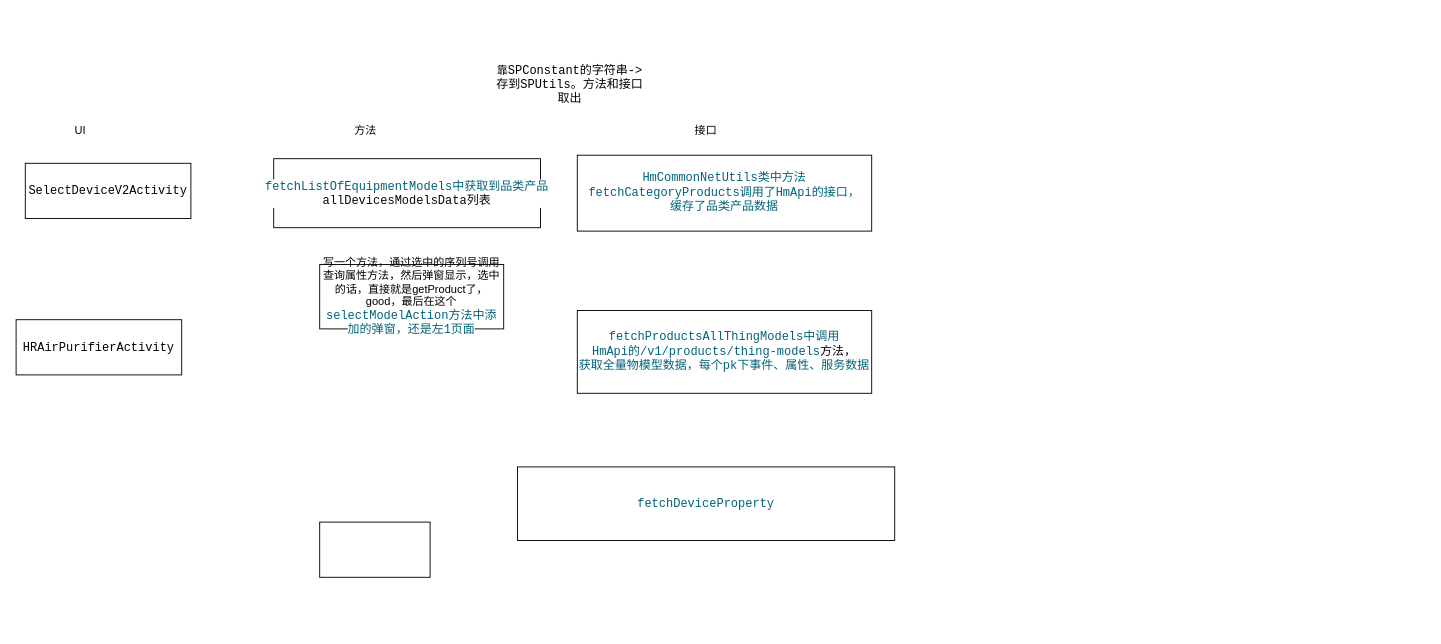
Earlier version of the draw.io diagram company_dialog.drawio (hhhhh15/drawio). Source tidied: cells renumbered, new cells numbered last; positions are measured from the earlier drawing's top-left corner, leaving out a move shared by most shapes. Both pictures are drawn from the tidied source at 92%, with x=0, y=0 at pixel (16, 62).
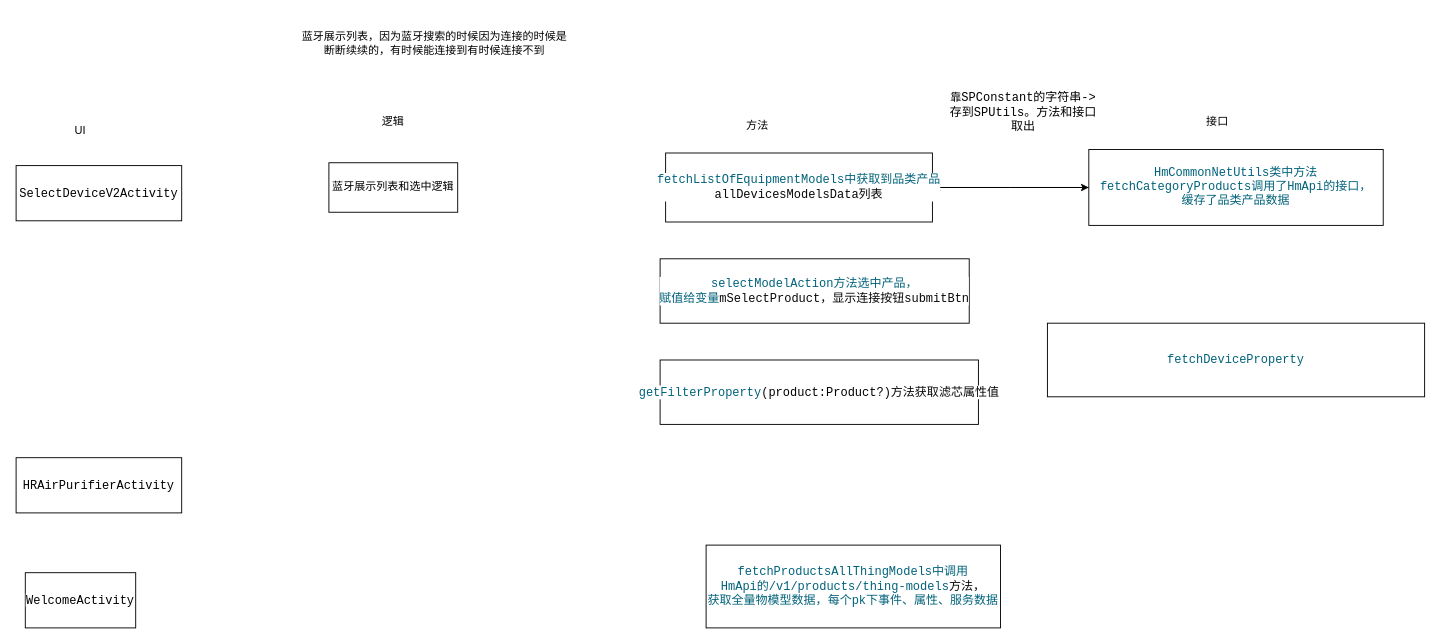
Above is the later version.

Diff of the diagram source:
```diff
@@
 <mxGraphModel>
   <root>
     <mxCell id="0" />
     <mxCell id="1" parent="0" />
     <mxCell id="2" value="&lt;div style=&quot;background-color:#ffffff;color:#080808&quot;&gt;&lt;pre style=&quot;font-family:'JetBrains Mono',monospace;font-size:9.8pt;&quot;&gt;&lt;span style=&quot;color:#000000;&quot;&gt;SelectDeviceV2Activity&lt;/span&gt;&lt;/pre&gt;&lt;/div&gt;" style="whiteSpace=wrap;html=1;" parent="1" vertex="1">
-      <mxGeometry x="10" y="110" width="180" height="60" as="geometry" />
+      <mxGeometry y="112.5" width="180" height="60" as="geometry" />
     </mxCell>
     <mxCell id="3" value="UI" style="text;html=1;whiteSpace=wrap;strokeColor=none;fillColor=none;align=center;verticalAlign=middle;rounded=0;" parent="1" vertex="1">
       <mxGeometry x="40" y="60" width="60" height="30" as="geometry" />
     </mxCell>
     <mxCell id="4" value="接口" style="text;html=1;whiteSpace=wrap;strokeColor=none;fillColor=none;align=center;verticalAlign=middle;rounded=0;" parent="1" vertex="1">
-      <mxGeometry x="720" y="60" width="60" height="30" as="geometry" />
+      <mxGeometry x="1276" y="50" width="60" height="30" as="geometry" />
     </mxCell>
+    <mxCell id="14" style="edgeStyle=orthogonalEdgeStyle;rounded=0;jettySize=auto;html=1;entryX=1;entryY=0.5;entryDx=0;entryDy=0;" parent="1" edge="1" source="5" target="6">
+      <mxGeometry relative="1" as="geometry" />
+    </mxCell>
     <mxCell id="5" value="&lt;div style=&quot;background-color: rgb(255, 255, 255); color: rgb(8, 8, 8);&quot;&gt;&lt;pre style=&quot;font-family:'JetBrains Mono',monospace;font-size:9.8pt;&quot;&gt;&lt;span style=&quot;color: rgb(0, 98, 122);&quot;&gt;HmCommonNetUtils类中方法&lt;br&gt;fetchCategoryProducts调用了HmApi的接口，&lt;br&gt;缓存了品类产品数据&lt;/span&gt;&lt;/pre&gt;&lt;/div&gt;" style="whiteSpace=wrap;html=1;" parent="1" vertex="1">
-      <mxGeometry x="610" y="101.2" width="320" height="82.5" as="geometry" />
+      <mxGeometry x="1166" y="95" width="320" height="82.5" as="geometry" />
     </mxCell>
+    <mxCell id="15" style="edgeStyle=orthogonalEdgeStyle;rounded=0;jettySize=auto;html=1;" parent="1" edge="1" source="6" target="5">
+      <mxGeometry relative="1" as="geometry" />
+    </mxCell>
     <mxCell id="6" value="&lt;div style=&quot;background-color: rgb(255, 255, 255); color: rgb(8, 8, 8);&quot;&gt;&lt;pre style=&quot;font-family:'JetBrains Mono',monospace;font-size:9.8pt;&quot;&gt;&lt;span style=&quot;color: rgb(0, 98, 122);&quot;&gt;fetchListOfEquipmentModels中获取到品类产品&lt;br&gt;&lt;/span&gt;allDevicesModelsData列表&lt;/pre&gt;&lt;/div&gt;" style="whiteSpace=wrap;html=1;" parent="1" vertex="1">
-      <mxGeometry x="280" y="105" width="290" height="75" as="geometry" />
+      <mxGeometry x="706" y="98.8" width="290" height="75" as="geometry" />
     </mxCell>
     <mxCell id="7" value="方法" style="text;html=1;whiteSpace=wrap;strokeColor=none;fillColor=none;align=center;verticalAlign=middle;rounded=0;" parent="1" vertex="1">
-      <mxGeometry x="350" y="60" width="60" height="30" as="geometry" />
+      <mxGeometry x="776" y="53.8" width="60" height="30" as="geometry" />
     </mxCell>
     <mxCell id="8" value="&lt;div style=&quot;background-color:#ffffff;color:#080808&quot;&gt;&lt;pre style=&quot;font-family:'JetBrains Mono',monospace;font-size:9.8pt;&quot;&gt;&lt;span style=&quot;color:#000000;&quot;&gt;HRAirPurifierActivity&lt;/span&gt;&lt;/pre&gt;&lt;/div&gt;" style="whiteSpace=wrap;html=1;" parent="1" vertex="1">
-      <mxGeometry y="280" width="180" height="60" as="geometry" />
+      <mxGeometry y="430" width="180" height="60" as="geometry" />
     </mxCell>
     <mxCell id="9" value="&lt;div style=&quot;background-color: rgb(255, 255, 255);&quot;&gt;&lt;pre style=&quot;&quot;&gt;&lt;font color=&quot;#00627a&quot; face=&quot;JetBrains Mono, monospace&quot;&gt;&lt;span style=&quot;font-size: 13.0667px;&quot;&gt;fetchProductsAllThingMode&lt;/span&gt;&lt;/font&gt;&lt;span style=&quot;color: rgb(0, 98, 122); font-family: &amp;quot;JetBrains Mono&amp;quot;, monospace; font-size: 9.8pt;&quot;&gt;ls中调用&lt;br&gt;HmApi的/v1/products/thing-models&lt;/span&gt;&lt;font color=&quot;#080808&quot; face=&quot;JetBrains Mono, monospace&quot;&gt;&lt;span style=&quot;font-size: 9.8pt;&quot;&gt;方法，&lt;/span&gt;&lt;/font&gt;&lt;span style=&quot;color: rgb(0, 98, 122); font-family: &amp;quot;JetBrains Mono&amp;quot;, monospace; font-size: 9.8pt;&quot;&gt;&lt;br&gt;获取全量物模型数据，每个pk下事件、属性、服务数据&lt;/span&gt;&lt;/pre&gt;&lt;/div&gt;" style="whiteSpace=wrap;html=1;" parent="1" vertex="1">
-      <mxGeometry x="610" y="270" width="320" height="90" as="geometry" />
+      <mxGeometry x="750" y="525" width="320" height="90" as="geometry" />
     </mxCell>
     <mxCell id="10" value="靠&lt;span style=&quot;font-family: &amp;quot;JetBrains Mono&amp;quot;, monospace; font-size: 9.8pt; background-color: rgb(255, 255, 255);&quot;&gt;SPConstant的字符串-&amp;gt;存到&lt;span style=&quot;font-size: 9.8pt; background-color: light-dark(rgb(255, 255, 255), rgb(18, 18, 18));&quot;&gt;SPUtils&lt;/span&gt;&lt;span style=&quot;background-color: light-dark(rgb(255, 255, 255), rgb(18, 18, 18)); font-size: 9.8pt; color: light-dark(rgb(0, 0, 0), rgb(255, 255, 255));&quot;&gt;。方法和接口取出&lt;/span&gt;&lt;br&gt;&lt;/span&gt;" style="text;html=1;whiteSpace=wrap;strokeColor=none;fillColor=none;align=center;verticalAlign=middle;rounded=0;" parent="1" vertex="1">
-      <mxGeometry x="517" width="170" height="50" as="geometry" />
+      <mxGeometry x="1010" y="30" width="170" height="50" as="geometry" />
     </mxCell>
-    <mxCell id="11" style="whiteSpace=wrap;html=1;" parent="1" vertex="1">
-      <mxGeometry x="330" y="500" width="120" height="60" as="geometry" />
-    </mxCell>
-    <mxCell id="12" value="写一个方法，通过选中的序列号调用查询属性方法，然后弹窗显示，选中的话，直接就是getProduct了，good，最后在这个&lt;span style=&quot;color: rgb(0, 98, 122); font-family: &amp;quot;JetBrains Mono&amp;quot;, monospace; font-size: 9.8pt; background-color: rgb(255, 255, 255);&quot;&gt;selectModelAction方法中添加的弹窗，还是左1页面&lt;/span&gt;" style="whiteSpace=wrap;html=1;" parent="1" vertex="1">
-      <mxGeometry x="330" y="220" width="200" height="70" as="geometry" />
+    <mxCell id="12" value="&lt;div style=&quot;background-color: rgb(255, 255, 255); color: rgb(8, 8, 8);&quot;&gt;&lt;pre style=&quot;font-family:'JetBrains Mono',monospace;font-size:9.8pt;&quot;&gt;&lt;div&gt;&lt;pre style=&quot;font-family:'JetBrains Mono',monospace;font-size:9.8pt;&quot;&gt;&lt;span style=&quot;color:#00627a;&quot;&gt;getFilterProperty&lt;/span&gt;(&lt;span style=&quot;color:#000000;&quot;&gt;product&lt;/span&gt;:&lt;span style=&quot;color:#000000;&quot;&gt;Product&lt;/span&gt;?)方法获取滤芯属性值&lt;/pre&gt;&lt;/div&gt;&lt;/pre&gt;&lt;/div&gt;" style="whiteSpace=wrap;html=1;" parent="1" vertex="1">
+      <mxGeometry x="700" y="323.8" width="346" height="70" as="geometry" />
     </mxCell>
     <mxCell id="13" value="&lt;div style=&quot;background-color:#ffffff;color:#080808&quot;&gt;&lt;pre style=&quot;font-family:'JetBrains Mono',monospace;font-size:9.8pt;&quot;&gt;&lt;span style=&quot;color:#00627a;&quot;&gt;fetchDeviceProperty&lt;/span&gt;&lt;/pre&gt;&lt;/div&gt;" style="whiteSpace=wrap;html=1;" parent="1" vertex="1">
-      <mxGeometry x="545" y="440" width="410" height="80" as="geometry" />
+      <mxGeometry x="1121" y="283.8" width="410" height="80" as="geometry" />
     </mxCell>
+    <mxCell id="16" value="&lt;div style=&quot;background-color:#ffffff;color:#080808&quot;&gt;&lt;pre style=&quot;font-family:'JetBrains Mono',monospace;font-size:9.8pt;&quot;&gt;&lt;span style=&quot;color:#000000;&quot;&gt;WelcomeActivity&lt;/span&gt;&lt;/pre&gt;&lt;/div&gt;" style="whiteSpace=wrap;html=1;" parent="1" vertex="1">
+      <mxGeometry x="10" y="555" width="120" height="60" as="geometry" />
+    </mxCell>
+    <mxCell id="17" value="&lt;div style=&quot;background-color:#ffffff;color:#080808&quot;&gt;&lt;pre style=&quot;font-family:'JetBrains Mono',monospace;font-size:9.8pt;&quot;&gt;&lt;span style=&quot;color:#00627a;&quot;&gt;selectModelAction方法选中产品，&lt;br&gt;赋值给变量&lt;/span&gt;mSelectProduct，显示连接按钮submitBtn&lt;/pre&gt;&lt;/div&gt;" style="whiteSpace=wrap;html=1;" parent="1" vertex="1">
+      <mxGeometry x="700" y="213.8" width="336" height="70" as="geometry" />
+    </mxCell>
+    <mxCell id="18" value="逻辑" style="text;html=1;whiteSpace=wrap;strokeColor=none;fillColor=none;align=center;verticalAlign=middle;rounded=0;" parent="1" vertex="1">
+      <mxGeometry x="380" y="50" width="60" height="30" as="geometry" />
+    </mxCell>
+    <mxCell id="19" value="蓝牙展示列表和选中逻辑" style="whiteSpace=wrap;html=1;" parent="1" vertex="1">
+      <mxGeometry x="340" y="109.4" width="140" height="53.8" as="geometry" />
+    </mxCell>
+    <mxCell id="20" value="蓝牙展示列表，因为蓝牙搜索的时候因为连接的时候是断断续续的，有时候能连接到有时候连接不到" style="text;html=1;whiteSpace=wrap;strokeColor=none;fillColor=none;align=center;verticalAlign=middle;rounded=0;" parent="1" vertex="1">
+      <mxGeometry x="310" y="-50" width="290" height="60" as="geometry" />
+    </mxCell>
   </root>
 </mxGraphModel>
```
